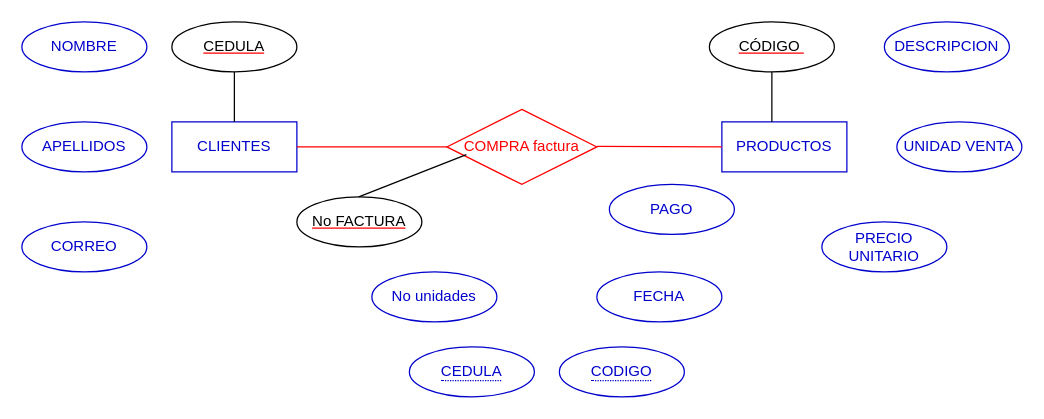
The draw.io diagram EJERCICIO3.drawio in IVONNE80/BASE-DE-DATOS, before the edit. Source tidied: cells renumbered, new cells numbered last; positions are measured from the earlier drawing's top-left corner, leaving out a move shared by most shapes. Both pictures are drawn from the tidied source at 125%, with x=0, y=0 at pixel (21, 21).
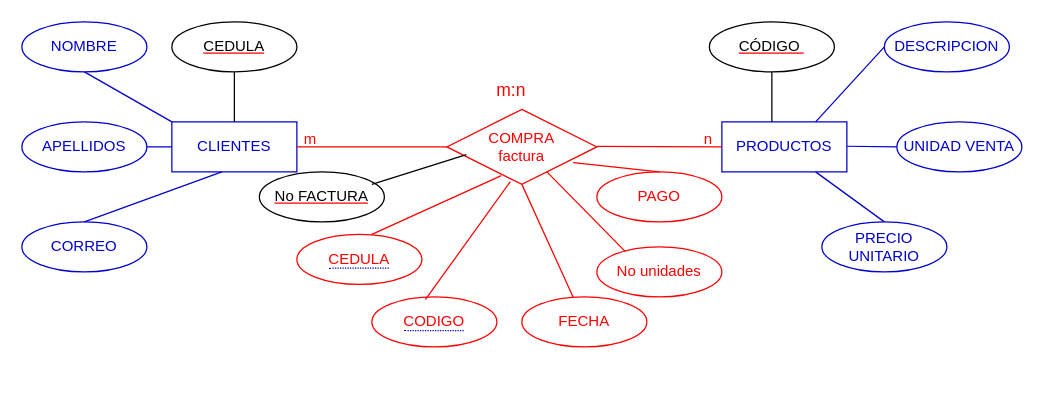
After the change.

The change refers to these unchanged cells:
```xml
<mxCell id="2" value="&lt;font color=&quot;#0000cc&quot;&gt;CLIENTES&lt;/font&gt;" style="whiteSpace=wrap;html=1;align=center;strokeColor=#0000CC;" parent="1" vertex="1">
  <mxGeometry x="120" y="80" width="100" height="40" as="geometry" />
</mxCell>
<mxCell id="3" value="&lt;font color=&quot;#0000cc&quot;&gt;PRODUCTOS&lt;/font&gt;" style="whiteSpace=wrap;html=1;align=center;strokeColor=#0000CC;" parent="1" vertex="1">
  <mxGeometry x="560" y="80" width="100" height="40" as="geometry" />
</mxCell>
<mxCell id="14" value="&lt;font color=&quot;#0000cc&quot;&gt;UNIDAD VENTA&lt;/font&gt;" style="ellipse;whiteSpace=wrap;html=1;align=center;strokeColor=#0000CC;fontColor=#000000;" parent="1" vertex="1">
  <mxGeometry x="700" y="80" width="100" height="40" as="geometry" />
</mxCell>
<mxCell id="15" value="&lt;font color=&quot;#0000cc&quot;&gt;PRECIO UNITARIO&lt;/font&gt;" style="ellipse;whiteSpace=wrap;html=1;align=center;strokeColor=#0000CC;fontColor=#000000;" parent="1" vertex="1">
  <mxGeometry x="640" y="160" width="100" height="40" as="geometry" />
</mxCell>
<mxCell id="16" value="&lt;font color=&quot;#0000cc&quot;&gt;NOMBRE&lt;/font&gt;" style="ellipse;whiteSpace=wrap;html=1;align=center;strokeColor=#0000CC;fontColor=#000000;" parent="1" vertex="1">
  <mxGeometry width="100" height="40" as="geometry" />
</mxCell>
<mxCell id="17" value="&lt;font color=&quot;#0000cc&quot;&gt;APELLIDOS&lt;/font&gt;" style="ellipse;whiteSpace=wrap;html=1;align=center;strokeColor=#0000CC;fontColor=#000000;" parent="1" vertex="1">
  <mxGeometry y="80" width="100" height="40" as="geometry" />
</mxCell>
<mxCell id="18" value="&lt;font color=&quot;#0000cc&quot;&gt;CORREO&lt;/font&gt;" style="ellipse;whiteSpace=wrap;html=1;align=center;strokeColor=#0000CC;fontColor=#000000;" parent="1" vertex="1">
  <mxGeometry y="160" width="100" height="40" as="geometry" />
</mxCell>
```

Diff of the diagram source:
```diff
@@
-    <mxCell id="4" value="&lt;font color=&quot;#ff0000&quot;&gt;COMPRA factura&lt;/font&gt;" style="shape=rhombus;perimeter=rhombusPerimeter;whiteSpace=wrap;html=1;align=center;strokeColor=#FF0000;fontColor=#0000CC;" parent="1" vertex="1">
+    <mxCell id="4" value="&lt;font color=&quot;#ff0000&quot;&gt;COMPRA &lt;br&gt;factura&lt;/font&gt;" style="shape=rhombus;perimeter=rhombusPerimeter;whiteSpace=wrap;html=1;align=center;strokeColor=#FF0000;fontColor=#0000CC;" parent="1" vertex="1">
       <mxGeometry x="340" y="70" width="120" height="60" as="geometry" />
     </mxCell>
@@
     <mxCell id="9" value="&lt;font color=&quot;#000000&quot;&gt;No FACTURA&lt;/font&gt;" style="ellipse;whiteSpace=wrap;html=1;align=center;fontStyle=4;strokeColor=#000000;fontColor=#FF0000;" parent="1" vertex="1">
-      <mxGeometry x="220" y="140" width="100" height="40" as="geometry" />
+      <mxGeometry x="190" y="120" width="100" height="40" as="geometry" />
     </mxCell>
@@
     <mxCell id="12" style="endArrow=none;html=1;rounded=0;strokeColor=#000000;fontColor=#000000;entryX=0.13;entryY=0.603;entryDx=0;entryDy=0;entryPerimeter=0;" parent="1" edge="1" target="4">
       <mxGeometry relative="1" as="geometry">
-        <mxPoint x="269.5" y="140" as="sourcePoint" />
+        <mxPoint x="280" y="130" as="sourcePoint" />
       </mxGeometry>
     </mxCell>
@@
-    <mxCell id="19" value="&lt;font color=&quot;#0000cc&quot;&gt;FECHA&lt;/font&gt;" style="ellipse;whiteSpace=wrap;html=1;align=center;strokeColor=#0000CC;fontColor=#000000;" parent="1" vertex="1">
-      <mxGeometry x="460" y="200" width="100" height="40" as="geometry" />
+    <mxCell id="19" value="&lt;font color=&quot;#ff0000&quot;&gt;FECHA&lt;/font&gt;" style="ellipse;whiteSpace=wrap;html=1;align=center;strokeColor=#FF0000;fontColor=#000000;" parent="1" vertex="1">
+      <mxGeometry x="400" y="220" width="100" height="40" as="geometry" />
     </mxCell>
-    <mxCell id="20" value="&lt;font color=&quot;#0000cc&quot;&gt;PAGO&lt;/font&gt;" style="ellipse;whiteSpace=wrap;html=1;align=center;strokeColor=#0000CC;fontColor=#000000;" parent="1" vertex="1">
-      <mxGeometry x="470" y="130" width="100" height="40" as="geometry" />
+    <mxCell id="20" value="&lt;font color=&quot;#ff0000&quot;&gt;PAGO&lt;/font&gt;" style="ellipse;whiteSpace=wrap;html=1;align=center;strokeColor=#FF0000;fontColor=#000000;" parent="1" vertex="1">
+      <mxGeometry x="460" y="120" width="100" height="40" as="geometry" />
     </mxCell>
-    <mxCell id="21" value="&lt;span style=&quot;border-bottom: 1px dotted&quot;&gt;CODIGO&lt;/span&gt;" style="ellipse;whiteSpace=wrap;html=1;align=center;strokeColor=#0000CC;fontColor=#0000CC;" parent="1" vertex="1">
-      <mxGeometry x="430" y="260" width="100" height="40" as="geometry" />
+    <mxCell id="21" value="&lt;span style=&quot;border-bottom: 1px dotted&quot;&gt;&lt;font color=&quot;#ff0000&quot;&gt;CODIGO&lt;/font&gt;&lt;/span&gt;" style="ellipse;whiteSpace=wrap;html=1;align=center;strokeColor=#FF0000;fontColor=#0000CC;" parent="1" vertex="1">
+      <mxGeometry x="280" y="220" width="100" height="40" as="geometry" />
     </mxCell>
-    <mxCell id="22" value="&lt;font color=&quot;#0000cc&quot;&gt;No unidades&lt;/font&gt;" style="ellipse;whiteSpace=wrap;html=1;align=center;strokeColor=#0000CC;fontColor=#000000;" parent="1" vertex="1">
-      <mxGeometry x="280" y="200" width="100" height="40" as="geometry" />
+    <mxCell id="22" value="&lt;font color=&quot;#ff0000&quot;&gt;No unidades&lt;/font&gt;" style="ellipse;whiteSpace=wrap;html=1;align=center;strokeColor=#FF0000;fontColor=#000000;" parent="1" vertex="1">
+      <mxGeometry x="460" y="180" width="100" height="40" as="geometry" />
     </mxCell>
-    <mxCell id="23" value="&lt;span style=&quot;border-bottom: 1px dotted&quot;&gt;CEDULA&lt;/span&gt;" style="ellipse;whiteSpace=wrap;html=1;align=center;strokeColor=#0000CC;fontColor=#0000CC;" parent="1" vertex="1">
-      <mxGeometry x="310" y="260" width="100" height="40" as="geometry" />
+    <mxCell id="23" value="&lt;span style=&quot;border-bottom: 1px dotted&quot;&gt;&lt;font color=&quot;#ff0000&quot;&gt;CEDULA&lt;/font&gt;&lt;/span&gt;" style="ellipse;whiteSpace=wrap;html=1;align=center;strokeColor=#FF0000;fontColor=#0000CC;" parent="1" vertex="1">
+      <mxGeometry x="220" y="170" width="100" height="40" as="geometry" />
     </mxCell>
+    <mxCell id="24" style="endArrow=none;html=1;rounded=0;fontColor=#FF0000;strokeColor=#0000CC;exitX=0.75;exitY=0;exitDx=0;exitDy=0;" parent="1" edge="1" source="3">
+      <mxGeometry relative="1" as="geometry">
+        <mxPoint x="690" y="20" as="targetPoint" />
+      </mxGeometry>
+    </mxCell>
+    <mxCell id="25" style="endArrow=none;html=1;rounded=0;strokeColor=#0000CC;fontColor=#FF0000;entryX=0;entryY=0.5;entryDx=0;entryDy=0;" parent="1" edge="1" target="14">
+      <mxGeometry relative="1" as="geometry">
+        <mxPoint x="660" y="99.5" as="sourcePoint" />
+      </mxGeometry>
+    </mxCell>
+    <mxCell id="26" style="endArrow=none;html=1;rounded=0;strokeColor=#0000CC;fontColor=#FF0000;entryX=0.75;entryY=1;entryDx=0;entryDy=0;exitX=0.5;exitY=0;exitDx=0;exitDy=0;" parent="1" edge="1" source="15" target="3">
+      <mxGeometry relative="1" as="geometry" />
+    </mxCell>
+    <mxCell id="27" style="endArrow=none;html=1;rounded=0;strokeColor=#0000CC;fontColor=#FF0000;entryX=0.4;entryY=1;entryDx=0;entryDy=0;entryPerimeter=0;exitX=0.5;exitY=0;exitDx=0;exitDy=0;" parent="1" edge="1" source="18" target="2">
+      <mxGeometry relative="1" as="geometry" />
+    </mxCell>
+    <mxCell id="28" style="endArrow=none;html=1;rounded=0;strokeColor=#0000CC;fontColor=#FF0000;entryX=0;entryY=0.5;entryDx=0;entryDy=0;exitX=1;exitY=0.5;exitDx=0;exitDy=0;" parent="1" edge="1" source="17" target="2">
+      <mxGeometry relative="1" as="geometry" />
+    </mxCell>
+    <mxCell id="29" style="endArrow=none;html=1;rounded=0;strokeColor=#0000CC;fontColor=#FF0000;entryX=0.5;entryY=1;entryDx=0;entryDy=0;exitX=0;exitY=0;exitDx=0;exitDy=0;" parent="1" edge="1" source="2" target="16">
+      <mxGeometry relative="1" as="geometry" />
+    </mxCell>
+    <mxCell id="30" style="endArrow=none;html=1;rounded=0;strokeColor=#FF0000;fontColor=#FF0000;entryX=0.363;entryY=0.883;entryDx=0;entryDy=0;entryPerimeter=0;" parent="1" edge="1" target="4">
+      <mxGeometry relative="1" as="geometry">
+        <mxPoint x="280" y="170" as="sourcePoint" />
+      </mxGeometry>
+    </mxCell>
+    <mxCell id="31" style="endArrow=none;html=1;rounded=0;strokeColor=#FF0000;fontColor=#FF0000;entryX=0.423;entryY=0.963;entryDx=0;entryDy=0;entryPerimeter=0;exitX=0.428;exitY=0.055;exitDx=0;exitDy=0;exitPerimeter=0;" parent="1" edge="1" source="21" target="4">
+      <mxGeometry relative="1" as="geometry" />
+    </mxCell>
+    <mxCell id="32" style="endArrow=none;html=1;rounded=0;strokeColor=#FF0000;fontColor=#FF0000;entryX=0.5;entryY=1;entryDx=0;entryDy=0;" parent="1" edge="1" source="19" target="4">
+      <mxGeometry relative="1" as="geometry" />
+    </mxCell>
+    <mxCell id="33" style="endArrow=none;html=1;rounded=0;strokeColor=#FF0000;fontColor=#FF0000;exitX=0.228;exitY=0.095;exitDx=0;exitDy=0;exitPerimeter=0;entryX=0.667;entryY=0.833;entryDx=0;entryDy=0;entryPerimeter=0;" parent="1" edge="1" source="22" target="4">
+      <mxGeometry relative="1" as="geometry" />
+    </mxCell>
+    <mxCell id="34" style="endArrow=none;html=1;rounded=0;strokeColor=#FF0000;fontColor=#FF0000;exitX=0.5;exitY=0;exitDx=0;exitDy=0;entryX=0.843;entryY=0.71;entryDx=0;entryDy=0;entryPerimeter=0;" parent="1" edge="1" source="20" target="4">
+      <mxGeometry relative="1" as="geometry" />
+    </mxCell>
+    <mxCell id="35" value="m:n" style="text;strokeColor=none;fillColor=none;spacingLeft=4;spacingRight=4;overflow=hidden;fontSize=14;fontColor=#FF0000;" parent="1" vertex="1">
+      <mxGeometry x="374" y="40" width="40" height="30" as="geometry" />
+    </mxCell>
+    <mxCell id="36" value="m" style="text;strokeColor=none;fillColor=none;spacingLeft=4;spacingRight=4;overflow=hidden;fontSize=12;fontColor=#FF0000;" parent="1" vertex="1">
+      <mxGeometry x="220" y="80" width="40" height="30" as="geometry" />
+    </mxCell>
+    <mxCell id="37" value="n" style="text;strokeColor=none;fillColor=none;spacingLeft=4;spacingRight=4;overflow=hidden;fontSize=12;fontColor=#FF0000;" parent="1" vertex="1">
+      <mxGeometry x="540" y="80" width="40" height="30" as="geometry" />
+    </mxCell>
```
